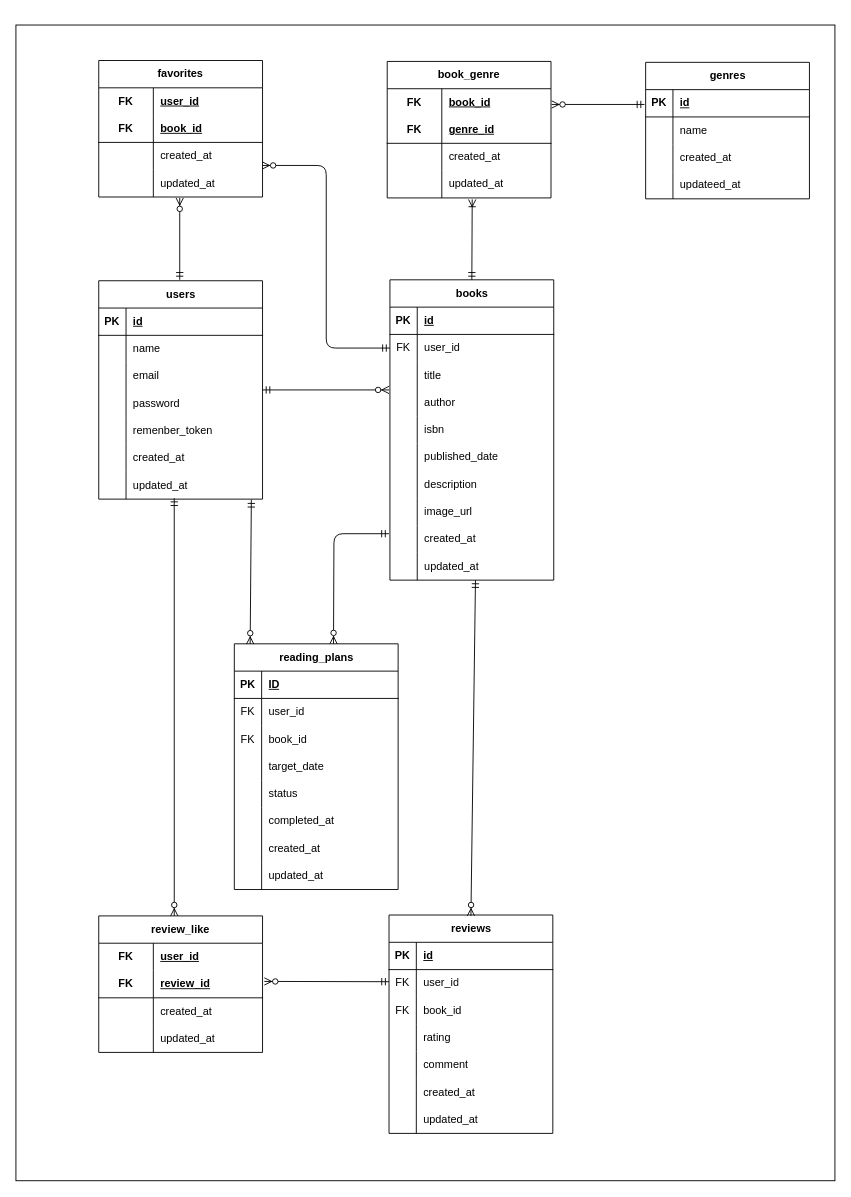
Before: docs/er-diagram-advanced.drawio in ami-takaoka/bookshelf-app, a draw.io diagram. Source tidied: cells renumbered, new cells numbered last; positions are measured from the earlier drawing's top-left corner, leaving out a move shared by most shapes. Both pictures are drawn from the tidied source at 91%, with x=0, y=0 at pixel (15, 25).
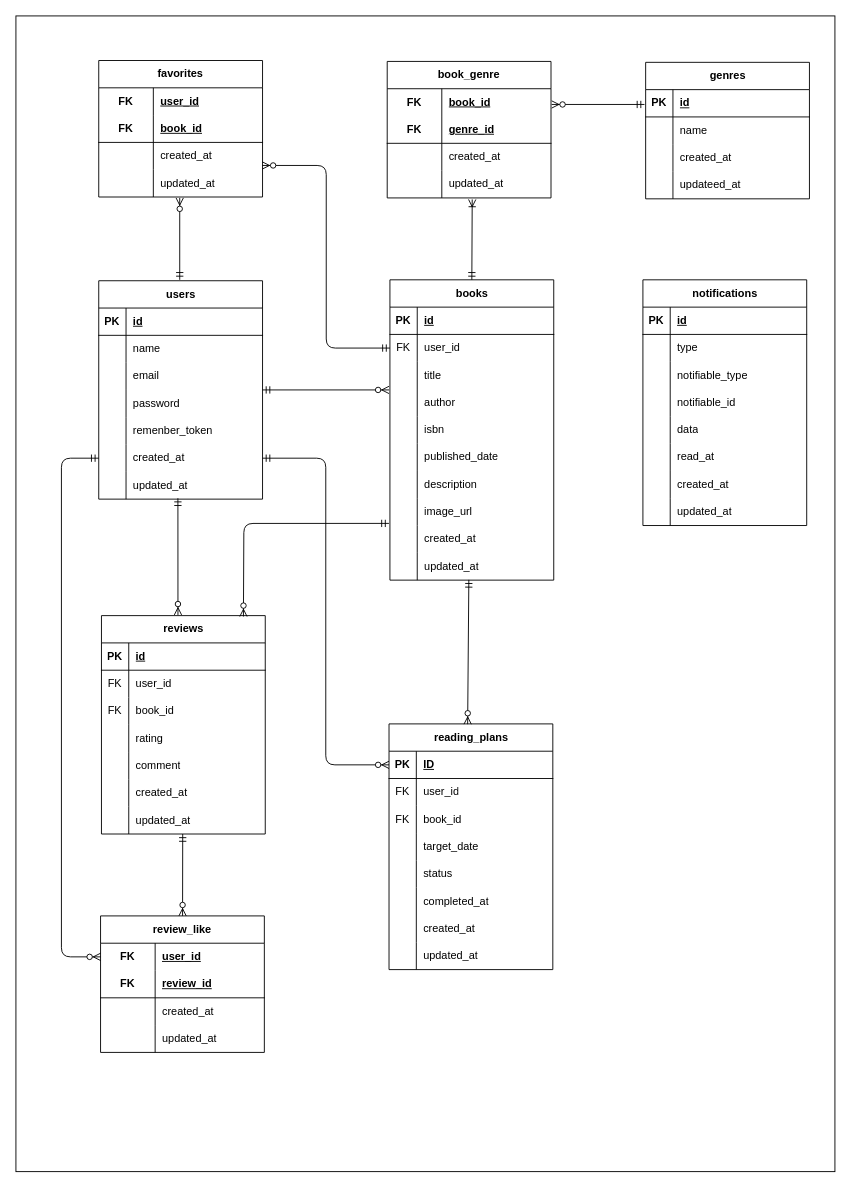
The same page after the edit.

The change refers to these unchanged cells:
```xml
<mxCell id="19" style="shape=tableRow;horizontal=0;startSize=0;swimlaneHead=0;swimlaneBody=0;fillColor=none;points=[[0,0.5],[1,0.5]];portConstraint=eastwest;top=0;left=0;right=0;bottom=0;" parent="3" vertex="1">
  <mxGeometry y="180" width="180" height="30" as="geometry" />
</mxCell>
<mxCell id="22" style="shape=tableRow;horizontal=0;startSize=0;swimlaneHead=0;swimlaneBody=0;fillColor=none;points=[[0,0.5],[1,0.5]];portConstraint=eastwest;top=0;left=0;right=0;bottom=0;" parent="3" vertex="1">
  <mxGeometry y="210" width="180" height="30" as="geometry" />
</mxCell>
<mxCell id="50" style="shape=tableRow;horizontal=0;startSize=0;swimlaneHead=0;swimlaneBody=0;fillColor=none;points=[[0,0.5],[1,0.5]];portConstraint=eastwest;top=0;left=0;right=0;bottom=0;" parent="25" vertex="1">
  <mxGeometry y="270" width="180" height="30" as="geometry" />
</mxCell>
<mxCell id="75" style="shape=tableRow;horizontal=0;startSize=0;swimlaneHead=0;swimlaneBody=0;fillColor=none;points=[[0,0.5],[1,0.5]];portConstraint=eastwest;top=0;left=0;right=0;bottom=0;" parent="56" vertex="1">
  <mxGeometry y="210" width="180" height="30" as="geometry" />
</mxCell>
<mxCell id="118" style="shape=tableRow;horizontal=0;startSize=0;swimlaneHead=0;swimlaneBody=0;fillColor=none;points=[[0,0.5],[1,0.5]];portConstraint=eastwest;top=0;left=0;right=0;bottom=0;html=1;" parent="117" vertex="1">
  <mxGeometry y="30" width="180" height="30" as="geometry" />
</mxCell>
<mxCell id="139" style="shape=tableRow;horizontal=0;startSize=0;swimlaneHead=0;swimlaneBody=0;fillColor=none;points=[[0,0.5],[1,0.5]];portConstraint=eastwest;top=0;left=0;right=0;bottom=1;" parent="138" vertex="1">
  <mxGeometry y="30" width="180" height="30" as="geometry" />
</mxCell>
```

Change to the diagram source:
```diff
@@
     <mxCell id="2" style="rounded=0;whiteSpace=wrap;html=1;" parent="1" vertex="1">
-      <mxGeometry width="900" height="1270" as="geometry" />
+      <mxGeometry y="-10" width="900" height="1270" as="geometry" />
     </mxCell>
@@
     <mxCell id="56" value="reviews" style="shape=table;startSize=30;childLayout=tableLayout;rowLines=0;fontStyle=1;align=center;html=1;" parent="1" vertex="1">
-      <mxGeometry x="410" y="978" width="180" height="240" as="geometry" />
+      <mxGeometry x="94" y="649" width="180" height="240" as="geometry" />
     </mxCell>
@@
     <mxCell id="117" value="review_like" style="shape=table;startSize=30;childLayout=tableLayout;rowLines=0;fontStyle=1;align=center;html=1;whiteSpace=wrap;" parent="1" vertex="1">
-      <mxGeometry x="91" y="979" width="180" height="150" as="geometry" />
+      <mxGeometry x="93" y="979" width="180" height="150" as="geometry" />
     </mxCell>
@@
-    <mxCell id="135" style="fontSize=12;html=1;endArrow=ERzeroToMany;startArrow=ERmandOne;exitX=-0.011;exitY=0.911;exitDx=0;exitDy=0;exitPerimeter=0;" parent="1" edge="1">
-      <mxGeometry relative="1" as="geometry">
-        <mxPoint x="410" y="1051.3" as="sourcePoint" />
-        <mxPoint x="273" y="1051" as="targetPoint" />
-      </mxGeometry>
+    <mxCell id="135" style="fontSize=12;html=1;endArrow=ERzeroToMany;startArrow=ERmandOne;exitX=0.496;exitY=1;exitDx=0;exitDy=0;exitPerimeter=0;" parent="1" edge="1" source="75" target="117">
+      <mxGeometry relative="1" as="geometry" />
     </mxCell>
-    <mxCell id="136" style="fontSize=12;html=1;endArrow=ERzeroToMany;startArrow=ERmandOne;exitX=0.461;exitY=0.967;exitDx=0;exitDy=0;exitPerimeter=0;" parent="1" edge="1" source="22">
-      <mxGeometry relative="1" as="geometry">
-        <mxPoint x="174" y="979" as="targetPoint" />
-      </mxGeometry>
-    </mxCell>
-    <mxCell id="137" style="fontSize=12;html=1;endArrow=ERzeroToMany;startArrow=ERmandOne;" parent="1" edge="1">
+    <mxCell id="137" style="fontSize=12;html=1;endArrow=ERzeroToMany;startArrow=ERmandOne;exitX=-0.006;exitY=-0.078;exitDx=0;exitDy=0;exitPerimeter=0;edgeStyle=orthogonalEdgeStyle;" parent="1" edge="1" source="50">
       <mxGeometry relative="1" as="geometry">
-        <mxPoint x="505" y="610" as="sourcePoint" />
-        <mxPoint x="500" y="979" as="targetPoint" />
+        <mxPoint x="250" y="650" as="targetPoint" />
       </mxGeometry>
     </mxCell>
     <mxCell id="138" value="reading_plans" style="shape=table;startSize=30;childLayout=tableLayout;rowLines=0;fontStyle=1;align=center;html=1;" parent="1" vertex="1">
-      <mxGeometry x="240" y="680" width="180" height="270" as="geometry" />
+      <mxGeometry x="410" y="768" width="180" height="270" as="geometry" />
     </mxCell>
@@
     <mxCell id="163" style="fontSize=12;html=1;endArrow=ERzeroToMany;startArrow=ERmandOne;exitX=0.876;exitY=1.022;exitDx=0;exitDy=0;exitPerimeter=0;entryX=0.041;entryY=0.001;entryDx=0;entryDy=0;entryPerimeter=0;" parent="1" edge="1">
       <mxGeometry relative="1" as="geometry">
-        <mxPoint x="258.7" y="521.7" as="sourcePoint" />
-        <mxPoint x="257.4" y="680.3" as="targetPoint" />
+        <mxPoint x="497.7" y="609.7" as="sourcePoint" />
+        <mxPoint x="496.4" y="768.3" as="targetPoint" />
       </mxGeometry>
     </mxCell>
-    <mxCell id="164" style="fontSize=12;html=1;endArrow=ERzeroToMany;startArrow=ERmandOne;exitX=-0.006;exitY=0.3;exitDx=0;exitDy=0;exitPerimeter=0;edgeStyle=orthogonalEdgeStyle;" parent="1" edge="1" source="50">
-      <mxGeometry relative="1" as="geometry">
-        <mxPoint x="349" y="680" as="targetPoint" />
-      </mxGeometry>
+    <mxCell id="164" style="fontSize=12;html=1;endArrow=ERzeroToMany;startArrow=ERmandOne;exitX=1;exitY=0.5;exitDx=0;exitDy=0;edgeStyle=orthogonalEdgeStyle;entryX=0;entryY=0.5;entryDx=0;entryDy=0;" parent="1" edge="1" source="19" target="139">
+      <mxGeometry relative="1" as="geometry" />
     </mxCell>
+    <mxCell id="165" value="notifications" style="shape=table;startSize=30;childLayout=tableLayout;rowLines=0;fontStyle=1;align=center;html=1;" parent="1" vertex="1">
+      <mxGeometry x="689" y="280" width="180" height="270" as="geometry" />
+    </mxCell>
+    <mxCell id="166" style="shape=tableRow;horizontal=0;startSize=0;swimlaneHead=0;swimlaneBody=0;fillColor=none;top=0;left=0;right=0;bottom=1;" parent="165" vertex="1">
+      <mxGeometry y="30" width="180" height="30" as="geometry" />
+    </mxCell>
+    <mxCell id="167" value="PK" style="shape=partialRectangle;fillColor=none;top=0;left=0;bottom=0;right=0;fontStyle=1;overflow=hidden;whiteSpace=wrap;html=1;" parent="166" vertex="1">
+      <mxGeometry width="30" height="30" as="geometry" />
+    </mxCell>
+    <mxCell id="168" value="id" style="shape=partialRectangle;fillColor=none;top=0;left=0;bottom=0;right=0;align=left;spacingLeft=6;fontStyle=5;overflow=hidden;whiteSpace=wrap;html=1;" parent="166" vertex="1">
+      <mxGeometry x="30" width="150" height="30" as="geometry" />
+    </mxCell>
+    <mxCell id="169" style="shape=tableRow;horizontal=0;startSize=0;swimlaneHead=0;swimlaneBody=0;fillColor=none;top=0;left=0;right=0;bottom=0;" parent="165" vertex="1">
+      <mxGeometry y="60" width="180" height="30" as="geometry" />
+    </mxCell>
+    <mxCell id="170" style="shape=partialRectangle;fillColor=none;top=0;left=0;bottom=0;right=0;overflow=hidden;whiteSpace=wrap;html=1;" parent="169" vertex="1">
+      <mxGeometry width="30" height="30" as="geometry" />
+    </mxCell>
+    <mxCell id="171" value="type" style="shape=partialRectangle;fillColor=none;top=0;left=0;bottom=0;right=0;align=left;spacingLeft=6;overflow=hidden;whiteSpace=wrap;html=1;" parent="169" vertex="1">
+      <mxGeometry x="30" width="150" height="30" as="geometry" />
+    </mxCell>
+    <mxCell id="172" style="shape=tableRow;horizontal=0;startSize=0;swimlaneHead=0;swimlaneBody=0;fillColor=none;top=0;left=0;right=0;bottom=0;" parent="165" vertex="1">
+      <mxGeometry y="90" width="180" height="30" as="geometry" />
+    </mxCell>
+    <mxCell id="173" style="shape=partialRectangle;fillColor=none;top=0;left=0;bottom=0;right=0;overflow=hidden;whiteSpace=wrap;html=1;" parent="172" vertex="1">
+      <mxGeometry width="30" height="30" as="geometry" />
+    </mxCell>
+    <mxCell id="174" value="notifiable_type" style="shape=partialRectangle;fillColor=none;top=0;left=0;bottom=0;right=0;align=left;spacingLeft=6;overflow=hidden;whiteSpace=wrap;html=1;" parent="172" vertex="1">
+      <mxGeometry x="30" width="150" height="30" as="geometry" />
+    </mxCell>
+    <mxCell id="175" style="shape=tableRow;horizontal=0;startSize=0;swimlaneHead=0;swimlaneBody=0;fillColor=none;top=0;left=0;right=0;bottom=0;" parent="165" vertex="1">
+      <mxGeometry y="120" width="180" height="30" as="geometry" />
+    </mxCell>
+    <mxCell id="176" style="shape=partialRectangle;fillColor=none;top=0;left=0;bottom=0;right=0;overflow=hidden;whiteSpace=wrap;html=1;" parent="175" vertex="1">
+      <mxGeometry width="30" height="30" as="geometry" />
+    </mxCell>
+    <mxCell id="177" value="notifiable_id" style="shape=partialRectangle;fillColor=none;top=0;left=0;bottom=0;right=0;align=left;spacingLeft=6;overflow=hidden;whiteSpace=wrap;html=1;" parent="175" vertex="1">
+      <mxGeometry x="30" width="150" height="30" as="geometry" />
+    </mxCell>
+    <mxCell id="178" style="shape=tableRow;horizontal=0;startSize=0;swimlaneHead=0;swimlaneBody=0;fillColor=none;top=0;left=0;right=0;bottom=0;" parent="165" vertex="1">
+      <mxGeometry y="150" width="180" height="30" as="geometry" />
+    </mxCell>
+    <mxCell id="179" style="shape=partialRectangle;fillColor=none;top=0;left=0;bottom=0;right=0;overflow=hidden;whiteSpace=wrap;html=1;" parent="178" vertex="1">
+      <mxGeometry width="30" height="30" as="geometry" />
+    </mxCell>
+    <mxCell id="180" value="data" style="shape=partialRectangle;fillColor=none;top=0;left=0;bottom=0;right=0;align=left;spacingLeft=6;overflow=hidden;whiteSpace=wrap;html=1;" parent="178" vertex="1">
+      <mxGeometry x="30" width="150" height="30" as="geometry" />
+    </mxCell>
+    <mxCell id="181" style="shape=tableRow;horizontal=0;startSize=0;swimlaneHead=0;swimlaneBody=0;fillColor=none;top=0;left=0;right=0;bottom=0;" parent="165" vertex="1">
+      <mxGeometry y="180" width="180" height="30" as="geometry" />
+    </mxCell>
+    <mxCell id="182" style="shape=partialRectangle;fillColor=none;top=0;left=0;bottom=0;right=0;overflow=hidden;whiteSpace=wrap;html=1;" parent="181" vertex="1">
+      <mxGeometry width="30" height="30" as="geometry" />
+    </mxCell>
+    <mxCell id="183" value="read_at" style="shape=partialRectangle;fillColor=none;top=0;left=0;bottom=0;right=0;align=left;spacingLeft=6;overflow=hidden;whiteSpace=wrap;html=1;" parent="181" vertex="1">
+      <mxGeometry x="30" width="150" height="30" as="geometry" />
+    </mxCell>
+    <mxCell id="184" style="shape=tableRow;horizontal=0;startSize=0;swimlaneHead=0;swimlaneBody=0;fillColor=none;top=0;left=0;right=0;bottom=0;" parent="165" vertex="1">
+      <mxGeometry y="210" width="180" height="30" as="geometry" />
+    </mxCell>
+    <mxCell id="185" style="shape=partialRectangle;fillColor=none;top=0;left=0;bottom=0;right=0;overflow=hidden;whiteSpace=wrap;html=1;" parent="184" vertex="1">
+      <mxGeometry width="30" height="30" as="geometry" />
+    </mxCell>
+    <mxCell id="186" value="created_at" style="shape=partialRectangle;fillColor=none;top=0;left=0;bottom=0;right=0;align=left;spacingLeft=6;overflow=hidden;whiteSpace=wrap;html=1;" parent="184" vertex="1">
+      <mxGeometry x="30" width="150" height="30" as="geometry" />
+    </mxCell>
+    <mxCell id="187" style="shape=tableRow;horizontal=0;startSize=0;swimlaneHead=0;swimlaneBody=0;fillColor=none;top=0;left=0;right=0;bottom=0;" parent="165" vertex="1">
+      <mxGeometry y="240" width="180" height="30" as="geometry" />
+    </mxCell>
+    <mxCell id="188" style="shape=partialRectangle;fillColor=none;top=0;left=0;bottom=0;right=0;overflow=hidden;whiteSpace=wrap;html=1;" parent="187" vertex="1">
+      <mxGeometry width="30" height="30" as="geometry" />
+    </mxCell>
+    <mxCell id="189" value="updated_at" style="shape=partialRectangle;fillColor=none;top=0;left=0;bottom=0;right=0;align=left;spacingLeft=6;overflow=hidden;whiteSpace=wrap;html=1;" parent="187" vertex="1">
+      <mxGeometry x="30" width="150" height="30" as="geometry" />
+    </mxCell>
+    <mxCell id="190" style="fontSize=12;html=1;endArrow=ERzeroToMany;startArrow=ERmandOne;entryX=0.467;entryY=-0.003;entryDx=0;entryDy=0;entryPerimeter=0;" parent="1" edge="1" target="56">
+      <mxGeometry relative="1" as="geometry">
+        <mxPoint x="178" y="520" as="sourcePoint" />
+      </mxGeometry>
+    </mxCell>
+    <mxCell id="191" style="edgeStyle=elbowEdgeStyle;fontSize=12;html=1;endArrow=ERzeroToMany;startArrow=ERmandOne;exitX=0;exitY=0.5;exitDx=0;exitDy=0;" parent="1" edge="1" source="19" target="118">
+      <mxGeometry relative="1" as="geometry">
+        <Array as="points">
+          <mxPoint x="50" y="740" />
+        </Array>
+      </mxGeometry>
+    </mxCell>
```
